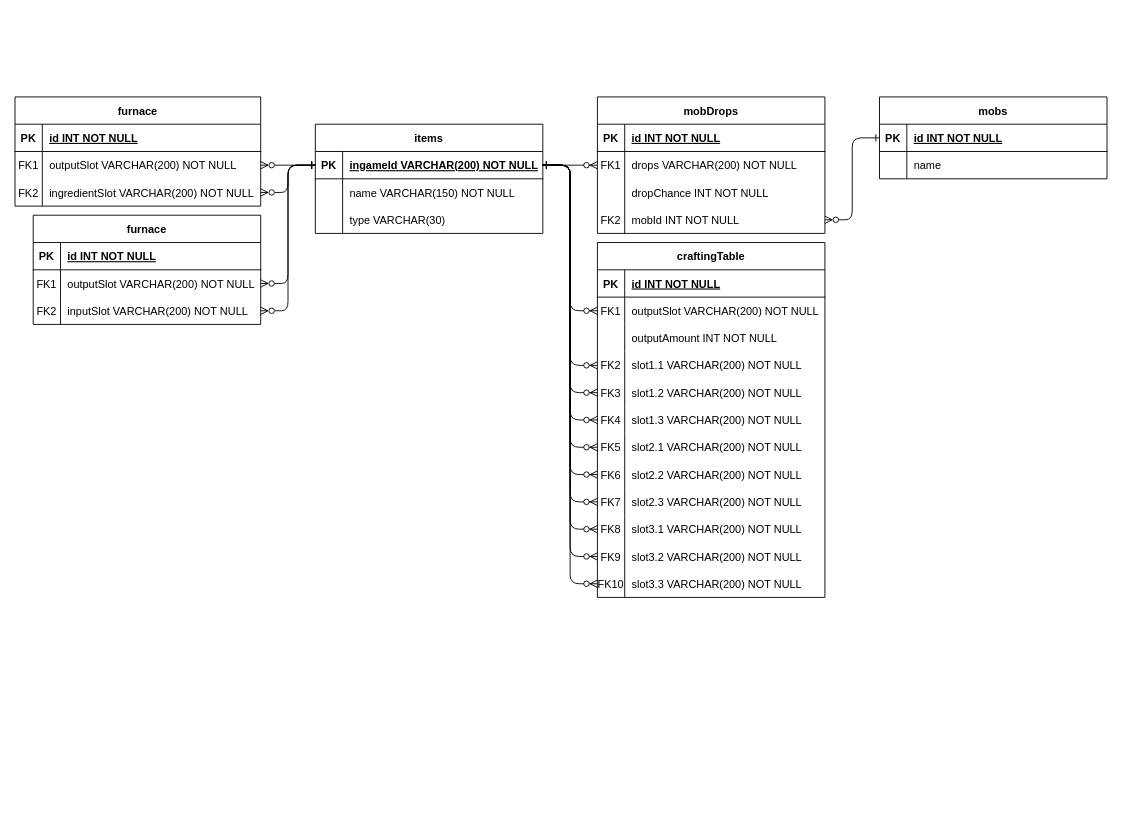
This is MCraftingTree.drawio from Damimani/MCraftingTree, a draw.io file, before an edit. Source tidied: cells renumbered, new cells numbered last; positions are measured from the earlier drawing's top-left corner, leaving out a move shared by most shapes. Both pictures are drawn from the tidied source at 91%, with x=0, y=0 at pixel (15, 96).
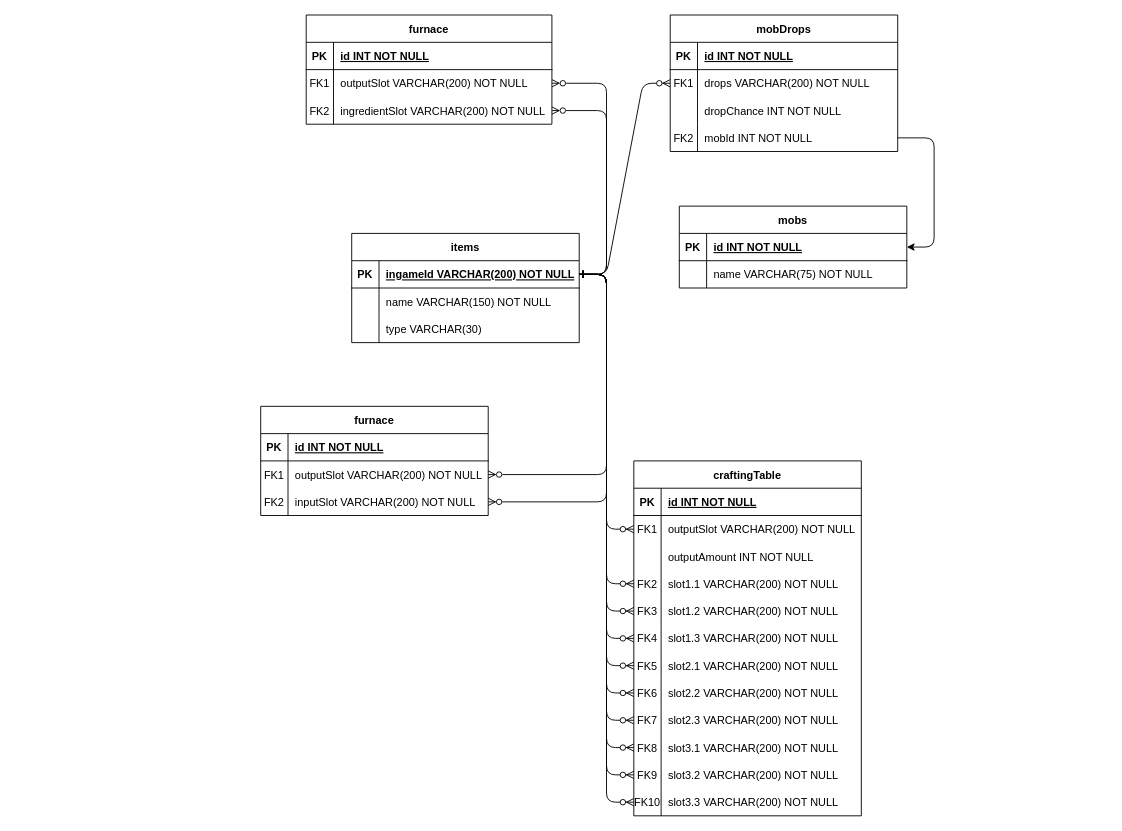
After the change.

Unchanged cells that the change refers to:
```xml
<mxCell id="7" style="shape=partialRectangle;fillColor=none;points=[[0,0.5],[1,0.5]];portConstraint=eastwest;top=0;left=0;right=0;bottom=0;" parent="3" vertex="1">
  <mxGeometry y="60" width="250" height="30" as="geometry" />
</mxCell>
<mxCell id="13" style="shape=partialRectangle;fillColor=none;points=[[0,0.5],[1,0.5]];portConstraint=eastwest;top=0;left=0;right=0;bottom=0;" parent="3" vertex="1">
  <mxGeometry y="120" width="250" height="30" as="geometry" />
</mxCell>
<mxCell id="20" style="shape=partialRectangle;fillColor=none;points=[[0,0.5],[1,0.5]];portConstraint=eastwest;top=0;left=0;right=0;bottom=0;" parent="16" vertex="1">
  <mxGeometry y="60" width="250" height="30" as="geometry" />
</mxCell>
<mxCell id="26" style="shape=partialRectangle;fillColor=none;points=[[0,0.5],[1,0.5]];portConstraint=eastwest;top=0;left=0;right=0;bottom=0;" parent="16" vertex="1">
  <mxGeometry y="120" width="250" height="30" as="geometry" />
</mxCell>
<mxCell id="29" style="shape=partialRectangle;fillColor=none;points=[[0,0.5],[1,0.5]];portConstraint=eastwest;top=0;left=0;right=0;bottom=0;" parent="16" vertex="1">
  <mxGeometry y="150" width="250" height="30" as="geometry" />
</mxCell>
<mxCell id="32" style="shape=partialRectangle;fillColor=none;points=[[0,0.5],[1,0.5]];portConstraint=eastwest;top=0;left=0;right=0;bottom=0;" parent="16" vertex="1">
  <mxGeometry y="180" width="250" height="30" as="geometry" />
</mxCell>
<mxCell id="35" style="shape=partialRectangle;fillColor=none;points=[[0,0.5],[1,0.5]];portConstraint=eastwest;top=0;left=0;right=0;bottom=0;" parent="16" vertex="1">
  <mxGeometry y="210" width="250" height="30" as="geometry" />
</mxCell>
<mxCell id="38" style="shape=partialRectangle;fillColor=none;points=[[0,0.5],[1,0.5]];portConstraint=eastwest;top=0;left=0;right=0;bottom=0;" parent="16" vertex="1">
  <mxGeometry y="240" width="250" height="30" as="geometry" />
</mxCell>
<mxCell id="41" style="shape=partialRectangle;fillColor=none;points=[[0,0.5],[1,0.5]];portConstraint=eastwest;top=0;left=0;right=0;bottom=0;" parent="16" vertex="1">
  <mxGeometry y="270" width="250" height="30" as="geometry" />
</mxCell>
<mxCell id="44" style="shape=partialRectangle;fillColor=none;points=[[0,0.5],[1,0.5]];portConstraint=eastwest;top=0;left=0;right=0;bottom=0;" parent="16" vertex="1">
  <mxGeometry y="300" width="250" height="30" as="geometry" />
</mxCell>
<mxCell id="47" style="shape=partialRectangle;fillColor=none;points=[[0,0.5],[1,0.5]];portConstraint=eastwest;top=0;left=0;right=0;bottom=0;" parent="16" vertex="1">
  <mxGeometry y="330" width="250" height="30" as="geometry" />
</mxCell>
<mxCell id="50" style="shape=partialRectangle;fillColor=none;points=[[0,0.5],[1,0.5]];portConstraint=eastwest;top=0;left=0;right=0;bottom=0;" parent="16" vertex="1">
  <mxGeometry y="360" width="250" height="30" as="geometry" />
</mxCell>
<mxCell id="54" style="shape=partialRectangle;fillColor=none;points=[[0,0.5],[1,0.5]];portConstraint=eastwest;top=0;left=0;right=0;bottom=1;" parent="53" vertex="1">
  <mxGeometry y="30" width="250" height="30" as="geometry" />
</mxCell>
<mxCell id="69" style="shape=partialRectangle;fillColor=none;points=[[0,0.5],[1,0.5]];portConstraint=eastwest;top=0;left=0;right=0;bottom=0;" parent="65" vertex="1">
  <mxGeometry y="60" width="250" height="30" as="geometry" />
</mxCell>
<mxCell id="72" style="shape=partialRectangle;fillColor=none;points=[[0,0.5],[1,0.5]];portConstraint=eastwest;top=0;left=0;right=0;bottom=0;" parent="65" vertex="1">
  <mxGeometry y="90" width="250" height="30" as="geometry" />
</mxCell>
<mxCell id="79" style="shape=partialRectangle;fillColor=none;points=[[0,0.5],[1,0.5]];portConstraint=eastwest;top=0;left=0;right=0;bottom=0;" parent="75" vertex="1">
  <mxGeometry y="60" width="270" height="30" as="geometry" />
</mxCell>
<mxCell id="82" style="shape=partialRectangle;fillColor=none;points=[[0,0.5],[1,0.5]];portConstraint=eastwest;top=0;left=0;right=0;bottom=0;" parent="75" vertex="1">
  <mxGeometry y="90" width="270" height="30" as="geometry" />
</mxCell>
<mxCell id="89" style="shape=partialRectangle;fillColor=none;points=[[0,0.5],[1,0.5]];portConstraint=eastwest;top=0;left=0;right=0;bottom=1;" parent="88" vertex="1">
  <mxGeometry y="30" width="250" height="30" as="geometry" />
</mxCell>
<mxCell id="92" style="shape=partialRectangle;fillColor=none;top=0;left=0;right=0;bottom=0;" parent="88" vertex="1">
  <mxGeometry y="60" width="250" height="30" as="geometry" />
</mxCell>
```

Diff of the diagram source:
```diff
@@
-    <mxCell id="2" style="edgeStyle=entityRelationEdgeStyle;endArrow=ERzeroToMany;startArrow=ERone;endFill=1;startFill=0;entryX=0;entryY=0.5;entryDx=0;entryDy=0;" parent="1" edge="1" source="54" target="7">
+    <mxCell id="2" style="edgeStyle=entityRelationEdgeStyle;endArrow=ERzeroToMany;startArrow=ERone;endFill=1;startFill=0;" parent="1" edge="1" source="54" target="7">
       <mxGeometry relative="1" as="geometry" />
     </mxCell>
     <mxCell id="3" value="mobDrops" style="shape=table;startSize=30;childLayout=tableLayout;rowLines=0;fontStyle=1;align=center;" parent="1" vertex="1">
-      <mxGeometry x="640" width="250" height="150" as="geometry" />
+      <mxGeometry x="720" y="-90" width="250" height="150" as="geometry" />
     </mxCell>
@@
     <mxCell id="16" value="craftingTable" style="shape=table;startSize=30;childLayout=tableLayout;rowLines=0;fontStyle=1;align=center;" parent="1" vertex="1">
-      <mxGeometry x="640" y="160" width="250" height="390" as="geometry" />
+      <mxGeometry x="680" y="400" width="250" height="390" as="geometry" />
     </mxCell>
@@
     <mxCell id="53" value="items" style="shape=table;startSize=30;childLayout=tableLayout;rowLines=0;fontStyle=1;align=center;swimlaneLine=1;rounded=0;" parent="1" vertex="1">
-      <mxGeometry x="330" y="30" width="250" height="120" as="geometry" />
+      <mxGeometry x="370" y="150" width="250" height="120" as="geometry" />
     </mxCell>
@@
-    <mxCell id="64" style="edgeStyle=entityRelationEdgeStyle;endArrow=ERzeroToMany;startArrow=ERone;endFill=1;startFill=0;exitX=1;exitY=0.5;exitDx=0;exitDy=0;entryX=0;entryY=0.5;entryDx=0;entryDy=0;" parent="1" edge="1" source="54" target="20">
+    <mxCell id="64" style="edgeStyle=entityRelationEdgeStyle;endArrow=ERzeroToMany;startArrow=ERone;endFill=1;startFill=0;" parent="1" edge="1" source="54" target="20">
       <mxGeometry relative="1" as="geometry" />
     </mxCell>
     <mxCell id="65" value="furnace" style="shape=table;startSize=30;childLayout=tableLayout;rowLines=0;fontStyle=1;align=center;" parent="1" vertex="1">
-      <mxGeometry x="20" y="130" width="250" height="120" as="geometry" />
+      <mxGeometry x="270" y="340" width="250" height="120" as="geometry" />
     </mxCell>
@@
     <mxCell id="75" value="furnace" style="shape=table;startSize=30;childLayout=tableLayout;rowLines=0;fontStyle=1;align=center;" parent="1" vertex="1">
-      <mxGeometry width="270" height="120" as="geometry" />
+      <mxGeometry x="320" y="-90" width="270" height="120" as="geometry" />
     </mxCell>
@@
-    <mxCell id="85" style="edgeStyle=entityRelationEdgeStyle;rounded=1;jettySize=auto;html=1;entryX=1;entryY=0.5;entryDx=0;entryDy=0;fontFamily=Helvetica;fontSize=12;startSize=6;endArrow=ERzeroToMany;endFill=0;startArrow=ERone;startFill=0;" parent="1" edge="1" source="54" target="79">
+    <mxCell id="85" style="edgeStyle=entityRelationEdgeStyle;rounded=1;jettySize=auto;html=1;fontFamily=Helvetica;fontSize=12;startSize=6;endArrow=ERzeroToMany;endFill=0;startArrow=ERone;startFill=0;" parent="1" edge="1" source="54" target="79">
       <mxGeometry relative="1" as="geometry" />
     </mxCell>
-    <mxCell id="86" style="edgeStyle=entityRelationEdgeStyle;rounded=1;jettySize=auto;html=1;entryX=1;entryY=0.5;entryDx=0;entryDy=0;fontFamily=Helvetica;fontSize=12;startSize=6;endArrow=ERzeroToMany;endFill=0;startArrow=ERone;startFill=0;exitX=0;exitY=0.5;exitDx=0;exitDy=0;" parent="1" edge="1" source="54" target="69">
+    <mxCell id="86" style="edgeStyle=entityRelationEdgeStyle;rounded=1;jettySize=auto;html=1;fontFamily=Helvetica;fontSize=12;startSize=6;endArrow=ERzeroToMany;endFill=0;startArrow=ERone;startFill=0;" parent="1" edge="1" source="54" target="69">
       <mxGeometry relative="1" as="geometry" />
     </mxCell>
-    <mxCell id="87" style="edgeStyle=entityRelationEdgeStyle;rounded=1;jettySize=auto;html=1;exitX=0;exitY=0.5;exitDx=0;exitDy=0;entryX=1;entryY=0.5;entryDx=0;entryDy=0;fontFamily=Helvetica;fontSize=12;startArrow=ERone;startFill=0;endArrow=ERzeroToMany;endFill=0;startSize=6;" parent="1" edge="1" source="88" target="13">
-      <mxGeometry relative="1" as="geometry" />
-    </mxCell>
     <mxCell id="88" value="mobs" style="shape=table;startSize=30;childLayout=tableLayout;rowLines=0;fontStyle=1;align=center;" parent="1" vertex="1">
-      <mxGeometry x="950" width="250" height="90" as="geometry" />
+      <mxGeometry x="730" y="120" width="250" height="90" as="geometry" />
     </mxCell>
@@
-    <mxCell id="94" value="name" style="shape=partialRectangle;overflow=hidden;fillColor=none;top=0;left=0;bottom=0;right=0;align=left;spacingLeft=6;" parent="92" vertex="1">
+    <mxCell id="94" value="name VARCHAR(75) NOT NULL" style="shape=partialRectangle;overflow=hidden;fillColor=none;top=0;left=0;bottom=0;right=0;align=left;spacingLeft=6;" parent="92" vertex="1">
       <mxGeometry x="30" width="220" height="30" as="geometry" />
     </mxCell>
-    <mxCell id="95" style="edgeStyle=entityRelationEdgeStyle;endArrow=ERzeroToMany;startArrow=ERone;endFill=1;startFill=0;exitX=1;exitY=0.5;exitDx=0;exitDy=0;entryX=0;entryY=0.5;entryDx=0;entryDy=0;" parent="1" edge="1" source="54" target="26">
+    <mxCell id="95" style="edgeStyle=entityRelationEdgeStyle;endArrow=ERzeroToMany;startArrow=ERone;endFill=1;startFill=0;" parent="1" edge="1" source="54" target="26">
       <mxGeometry relative="1" as="geometry" />
     </mxCell>
-    <mxCell id="96" style="edgeStyle=entityRelationEdgeStyle;endArrow=ERzeroToMany;startArrow=ERone;endFill=1;startFill=0;exitX=1;exitY=0.5;exitDx=0;exitDy=0;entryX=0;entryY=0.5;entryDx=0;entryDy=0;" parent="1" edge="1" source="54" target="29">
+    <mxCell id="96" style="edgeStyle=entityRelationEdgeStyle;endArrow=ERzeroToMany;startArrow=ERone;endFill=1;startFill=0;" parent="1" edge="1" source="54" target="29">
       <mxGeometry relative="1" as="geometry" />
     </mxCell>
-    <mxCell id="97" style="edgeStyle=entityRelationEdgeStyle;endArrow=ERzeroToMany;startArrow=ERone;endFill=1;startFill=0;exitX=1;exitY=0.5;exitDx=0;exitDy=0;entryX=0;entryY=0.5;entryDx=0;entryDy=0;" parent="1" edge="1" source="54" target="32">
+    <mxCell id="97" style="edgeStyle=entityRelationEdgeStyle;endArrow=ERzeroToMany;startArrow=ERone;endFill=1;startFill=0;" parent="1" edge="1" source="54" target="32">
       <mxGeometry relative="1" as="geometry" />
     </mxCell>
-    <mxCell id="98" style="edgeStyle=entityRelationEdgeStyle;endArrow=ERzeroToMany;startArrow=ERone;endFill=1;startFill=0;exitX=1;exitY=0.5;exitDx=0;exitDy=0;entryX=0;entryY=0.5;entryDx=0;entryDy=0;" parent="1" edge="1" source="54" target="35">
+    <mxCell id="98" style="edgeStyle=entityRelationEdgeStyle;endArrow=ERzeroToMany;startArrow=ERone;endFill=1;startFill=0;" parent="1" edge="1" source="54" target="35">
       <mxGeometry relative="1" as="geometry" />
     </mxCell>
-    <mxCell id="99" style="edgeStyle=entityRelationEdgeStyle;endArrow=ERzeroToMany;startArrow=ERone;endFill=1;startFill=0;exitX=1;exitY=0.5;exitDx=0;exitDy=0;entryX=0;entryY=0.5;entryDx=0;entryDy=0;" parent="1" edge="1" source="54" target="38">
+    <mxCell id="99" style="edgeStyle=entityRelationEdgeStyle;endArrow=ERzeroToMany;startArrow=ERone;endFill=1;startFill=0;" parent="1" edge="1" source="54" target="38">
       <mxGeometry relative="1" as="geometry" />
     </mxCell>
-    <mxCell id="100" style="edgeStyle=entityRelationEdgeStyle;endArrow=ERzeroToMany;startArrow=ERone;endFill=1;startFill=0;exitX=1;exitY=0.5;exitDx=0;exitDy=0;entryX=0;entryY=0.5;entryDx=0;entryDy=0;" parent="1" edge="1" source="54" target="41">
+    <mxCell id="100" style="edgeStyle=entityRelationEdgeStyle;endArrow=ERzeroToMany;startArrow=ERone;endFill=1;startFill=0;" parent="1" edge="1" source="54" target="41">
       <mxGeometry relative="1" as="geometry" />
     </mxCell>
-    <mxCell id="101" style="edgeStyle=entityRelationEdgeStyle;endArrow=ERzeroToMany;startArrow=ERone;endFill=1;startFill=0;exitX=1;exitY=0.5;exitDx=0;exitDy=0;entryX=0;entryY=0.5;entryDx=0;entryDy=0;" parent="1" edge="1" source="54" target="44">
+    <mxCell id="101" style="edgeStyle=entityRelationEdgeStyle;endArrow=ERzeroToMany;startArrow=ERone;endFill=1;startFill=0;" parent="1" edge="1" source="54" target="44">
       <mxGeometry relative="1" as="geometry" />
     </mxCell>
-    <mxCell id="102" style="edgeStyle=entityRelationEdgeStyle;endArrow=ERzeroToMany;startArrow=ERone;endFill=1;startFill=0;exitX=1;exitY=0.5;exitDx=0;exitDy=0;entryX=0;entryY=0.5;entryDx=0;entryDy=0;" parent="1" edge="1" source="54" target="47">
+    <mxCell id="102" style="edgeStyle=entityRelationEdgeStyle;endArrow=ERzeroToMany;startArrow=ERone;endFill=1;startFill=0;" parent="1" edge="1" source="54" target="47">
       <mxGeometry relative="1" as="geometry" />
     </mxCell>
-    <mxCell id="103" style="edgeStyle=entityRelationEdgeStyle;endArrow=ERzeroToMany;startArrow=ERone;endFill=1;startFill=0;exitX=1;exitY=0.5;exitDx=0;exitDy=0;entryX=0;entryY=0.5;entryDx=0;entryDy=0;" parent="1" edge="1" source="54" target="50">
+    <mxCell id="103" style="edgeStyle=entityRelationEdgeStyle;endArrow=ERzeroToMany;startArrow=ERone;endFill=1;startFill=0;" parent="1" edge="1" source="54" target="50">
       <mxGeometry relative="1" as="geometry" />
     </mxCell>
-    <mxCell id="104" style="edgeStyle=entityRelationEdgeStyle;rounded=1;jettySize=auto;html=1;entryX=1;entryY=0.5;entryDx=0;entryDy=0;fontFamily=Helvetica;fontSize=12;startSize=6;endArrow=ERzeroToMany;endFill=0;startArrow=ERone;startFill=0;exitX=0;exitY=0.5;exitDx=0;exitDy=0;" parent="1" edge="1" source="54" target="82">
+    <mxCell id="104" style="edgeStyle=entityRelationEdgeStyle;rounded=1;jettySize=auto;html=1;fontFamily=Helvetica;fontSize=12;startSize=6;endArrow=ERzeroToMany;endFill=0;startArrow=ERone;startFill=0;" parent="1" edge="1" source="54" target="82">
       <mxGeometry relative="1" as="geometry" />
     </mxCell>
-    <mxCell id="105" style="edgeStyle=entityRelationEdgeStyle;rounded=1;jettySize=auto;html=1;entryX=1;entryY=0.5;entryDx=0;entryDy=0;fontFamily=Helvetica;fontSize=12;startSize=6;endArrow=ERzeroToMany;endFill=0;startArrow=ERone;startFill=0;exitX=0;exitY=0.5;exitDx=0;exitDy=0;" parent="1" edge="1" source="54" target="72">
-      <mxGeometry relative="1" as="geometry" />
+    <mxCell id="105" style="edgeStyle=entityRelationEdgeStyle;rounded=1;jettySize=auto;html=1;fontFamily=Helvetica;fontSize=12;startSize=6;endArrow=ERzeroToMany;endFill=0;startArrow=ERone;startFill=0;" parent="1" edge="1" target="72">
+      <mxGeometry relative="1" as="geometry">
+        <mxPoint x="620" y="195" as="sourcePoint" />
+      </mxGeometry>
     </mxCell>
+    <mxCell id="106" style="edgeStyle=entityRelationEdgeStyle;rounded=1;jettySize=auto;html=1;" parent="1" edge="1" source="13" target="89">
+      <mxGeometry relative="1" as="geometry" />
+    </mxCell>
```
